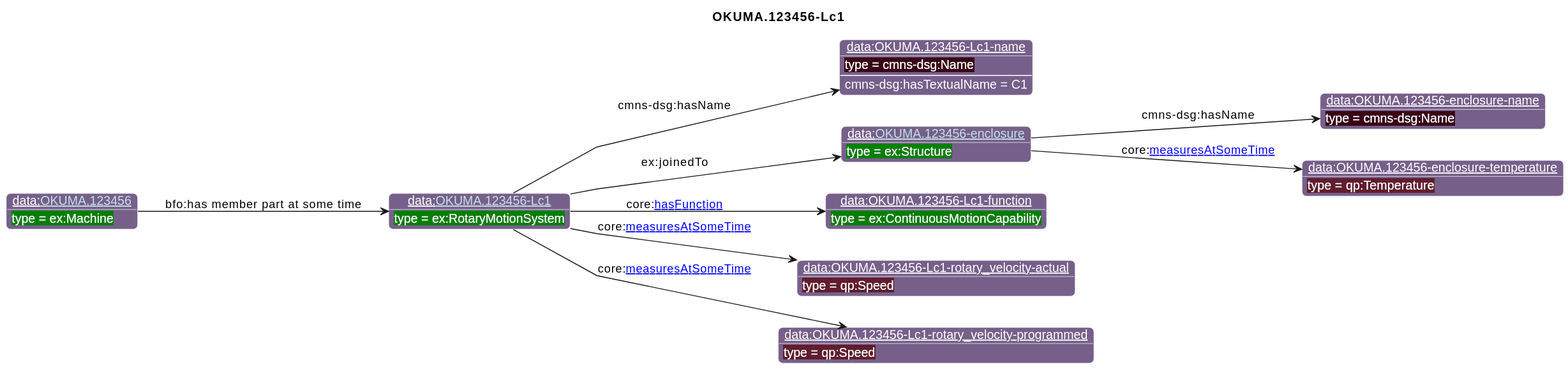
Above: diagrams/OKUMA.123456-Lc1.svg in iofoundry/example-syseng-mtconnect (PlantUML), before the change.
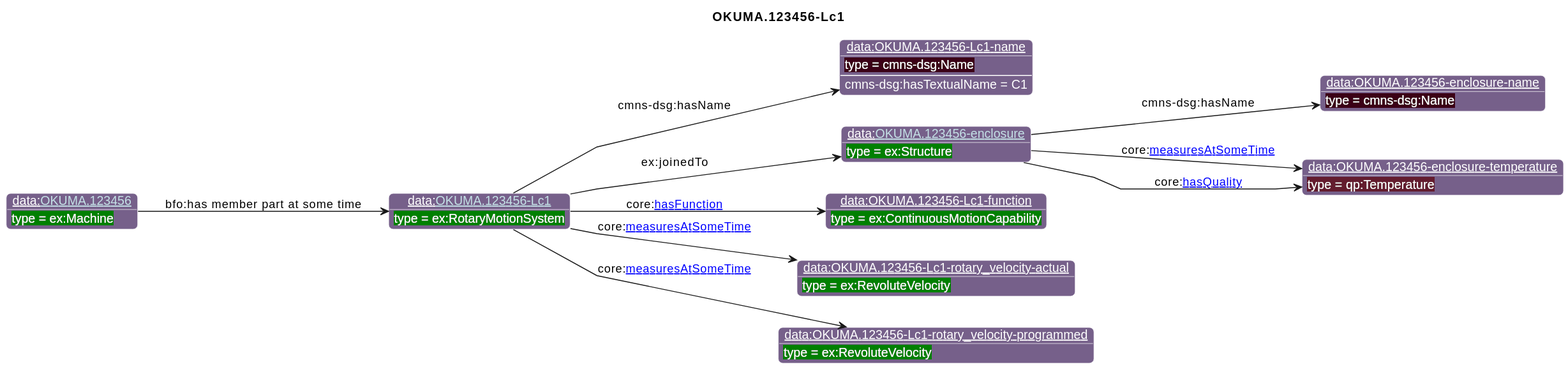
The same file after the commit.

What changed in the source:
```diff
@@ -25,14 +25,15 @@
 individual(o4, data:OKUMA.123456-enclosure-name, cmns-dsg:Name)
 individual(o5, data:OKUMA.123456-enclosure-temperature, qp:Temperature)
 individual(o6, data:OKUMA.123456-Lc1-function, ex:ContinuousMotionCapability)
-individual(o7, data:OKUMA.123456-Lc1-rotary_velocity-actual, qp:Speed)
-individual(o8, data:OKUMA.123456-Lc1-rotary_velocity-programmed, qp:Speed)
+individual(o7, data:OKUMA.123456-Lc1-rotary_velocity-actual, ex:RevoluteVelocity)
+individual(o8, data:OKUMA.123456-Lc1-rotary_velocity-programmed, ex:RevoluteVelocity)
 individual(o9, data:[[./OKUMA.123456.html OKUMA.123456]], ex:Machine)
 property(o1, cmns-dsg:hasName, o2)
 data(o2, cmns-dsg:hasTextualName, C1)
 property(o1, ex:joinedTo, o3)
 property(o3, cmns-dsg:hasName, o4)
 property(o3, core:[[https://spec.industrialontologies.org/ontology/core/Core/measuresAtSomeTime measuresAtSomeTime]], o5)
+property(o3, core:[[https://spec.industrialontologies.org/ontology/core/Core/hasQuality hasQuality]], o5)
 property(o1, core:[[https://spec.industrialontologies.org/ontology/core/Core/hasFunction hasFunction]], o6)
 property(o1, core:[[https://spec.industrialontologies.org/ontology/core/Core/measuresAtSomeTime measuresAtSomeTime]], o7)
 property(o1, core:[[https://spec.industrialontologies.org/ontology/core/Core/measuresAtSomeTime measuresAtSomeTime]], o8)
```
